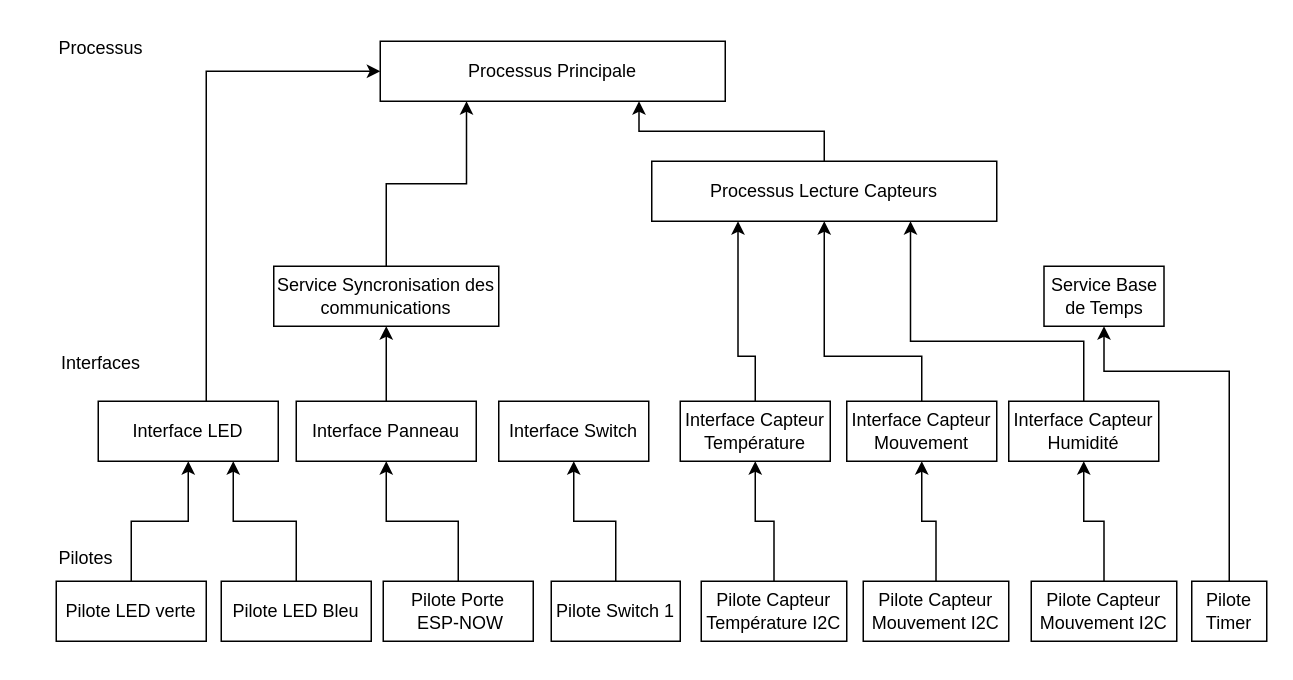
This is Capteurs/Architecture/ArchitectureLogiciel Capteurs.drawio from CamFo/SecurityDoor, a draw.io file, before an edit. Source tidied: cells renumbered, new cells numbered last; positions are measured from the earlier drawing's top-left corner, leaving out a move shared by most shapes. Both pictures are drawn from the tidied source at 150%, with x=0, y=0 at pixel (40, 26).
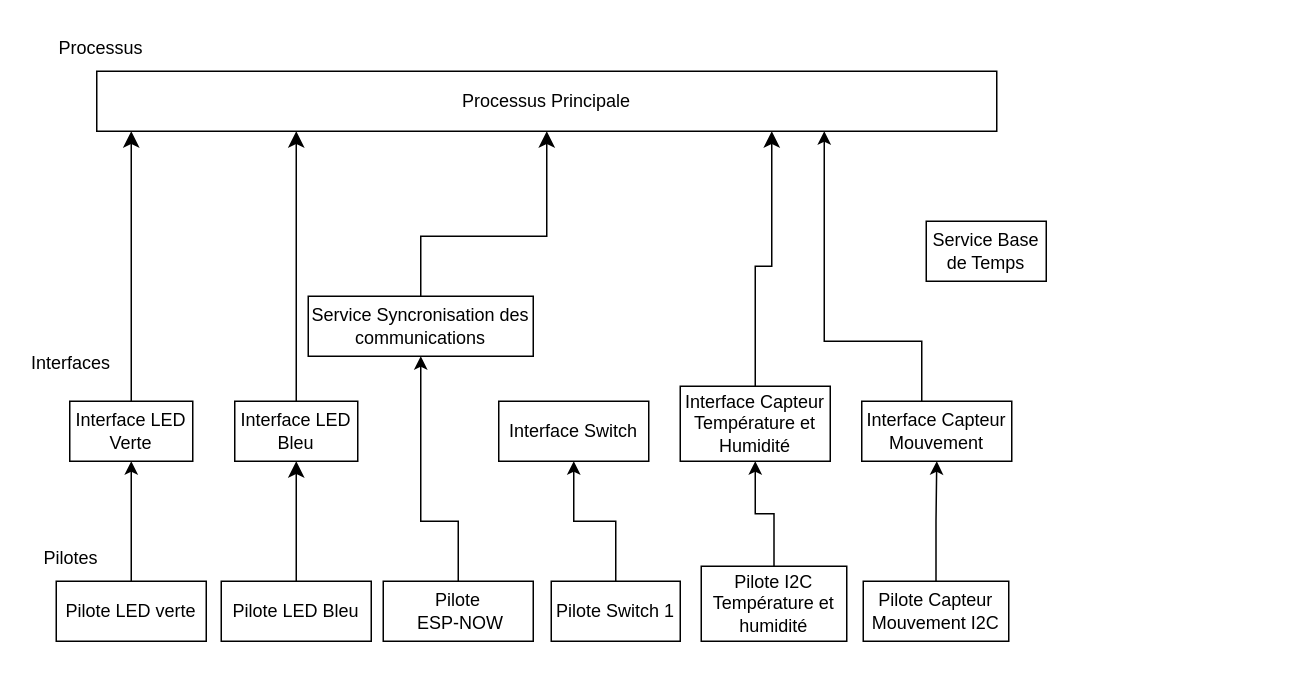
The same diagram, later.

Commit message (it also covers changes not shown here):
Architecture Logiciel Cpateur et Panneau

The change refers to these unchanged cells:
```xml
<mxCell id="3" value="Pilote LED Bleu" style="rounded=0;whiteSpace=wrap;html=1;" parent="1" vertex="1">
  <mxGeometry x="120" y="370" width="100" height="40" as="geometry" />
</mxCell>
```

What changed in the source:
```diff
@@
-    <mxCell id="2" style="edgeStyle=orthogonalEdgeStyle;rounded=0;jettySize=auto;html=1;entryX=0.75;entryY=1;entryDx=0;entryDy=0;" parent="1" edge="1" source="3" target="11">
-      <mxGeometry relative="1" as="geometry" />
-    </mxCell>
+    <mxCell id="39" style="edgeStyle=none;curved=1;rounded=0;jettySize=auto;html=1;fontSize=12;startSize=8;endSize=8;" parent="1" edge="1" source="3" target="43">
+      <mxGeometry relative="1" as="geometry" />
+    </mxCell>
@@
-    <mxCell id="4" style="edgeStyle=orthogonalEdgeStyle;rounded=0;jettySize=auto;html=1;entryX=0.5;entryY=1;entryDx=0;entryDy=0;" parent="1" edge="1" source="5" target="13">
-      <mxGeometry relative="1" as="geometry" />
+    <mxCell id="4" style="edgeStyle=orthogonalEdgeStyle;rounded=0;jettySize=auto;html=1;entryX=0.5;entryY=1;entryDx=0;entryDy=0;" parent="1" edge="1" source="5" target="18">
+      <mxGeometry relative="1" as="geometry">
+        <Array as="points">
+          <mxPoint x="278" y="330" />
+          <mxPoint x="253" y="330" />
+        </Array>
+      </mxGeometry>
     </mxCell>
-    <mxCell id="5" value="Pilote Porte&lt;br&gt;&amp;nbsp;ESP-NOW" style="rounded=0;whiteSpace=wrap;html=1;" parent="1" vertex="1">
+    <mxCell id="5" value="Pilote&lt;br&gt;&amp;nbsp;ESP-NOW" style="rounded=0;whiteSpace=wrap;html=1;" parent="1" vertex="1">
       <mxGeometry x="228" y="370" width="100" height="40" as="geometry" />
     </mxCell>
@@
     <mxCell id="8" value="Pilotes" style="text;html=1;strokeColor=none;fillColor=none;align=center;verticalAlign=middle;whiteSpace=wrap;rounded=0;" parent="1" vertex="1">
-      <mxGeometry y="340" width="60" height="30" as="geometry" />
+      <mxGeometry x="-10" y="340" width="60" height="30" as="geometry" />
     </mxCell>
     <mxCell id="9" value="Interfaces" style="text;html=1;strokeColor=none;fillColor=none;align=center;verticalAlign=middle;whiteSpace=wrap;rounded=0;" parent="1" vertex="1">
-      <mxGeometry x="10" y="210" width="60" height="30" as="geometry" />
+      <mxGeometry x="-10" y="210" width="60" height="30" as="geometry" />
     </mxCell>
-    <mxCell id="10" style="edgeStyle=orthogonalEdgeStyle;rounded=0;jettySize=auto;html=1;entryX=0;entryY=0.5;entryDx=0;entryDy=0;" parent="1" edge="1" source="11" target="16">
-      <mxGeometry relative="1" as="geometry">
-        <Array as="points">
-          <mxPoint x="110" y="30" />
-        </Array>
-      </mxGeometry>
-    </mxCell>
+    <mxCell id="40" style="edgeStyle=none;curved=1;rounded=0;jettySize=auto;html=1;fontSize=12;startSize=8;endSize=8;" parent="1" edge="1" source="11">
+      <mxGeometry relative="1" as="geometry">
+        <mxPoint x="60" y="70" as="targetPoint" />
+      </mxGeometry>
+    </mxCell>
-    <mxCell id="11" value="Interface LED" style="rounded=0;whiteSpace=wrap;html=1;" parent="1" vertex="1">
-      <mxGeometry x="38" y="250" width="120" height="40" as="geometry" />
+    <mxCell id="11" value="&lt;div&gt;Interface LED Verte&lt;/div&gt;" style="rounded=0;whiteSpace=wrap;html=1;" parent="1" vertex="1">
+      <mxGeometry x="19" y="250" width="82" height="40" as="geometry" />
     </mxCell>
-    <mxCell id="12" style="edgeStyle=orthogonalEdgeStyle;rounded=0;jettySize=auto;html=1;entryX=0.5;entryY=1;entryDx=0;entryDy=0;" parent="1" edge="1" source="13" target="18">
-      <mxGeometry relative="1" as="geometry" />
-    </mxCell>
-    <mxCell id="13" value="Interface Panneau" style="rounded=0;whiteSpace=wrap;html=1;" parent="1" vertex="1">
-      <mxGeometry x="170" y="250" width="120" height="40" as="geometry" />
-    </mxCell>
@@
     <mxCell id="16" value="Processus Principale" style="rounded=0;whiteSpace=wrap;html=1;" parent="1" vertex="1">
-      <mxGeometry x="226" y="10" width="230" height="40" as="geometry" />
+      <mxGeometry x="37" y="30" width="600" height="40" as="geometry" />
     </mxCell>
-    <mxCell id="17" style="edgeStyle=orthogonalEdgeStyle;rounded=0;jettySize=auto;html=1;entryX=0.25;entryY=1;entryDx=0;entryDy=0;" parent="1" edge="1" source="18" target="16">
-      <mxGeometry relative="1" as="geometry" />
+    <mxCell id="17" style="edgeStyle=none;curved=0;rounded=0;jettySize=auto;html=1;fontSize=12;startSize=8;endSize=8;entryX=0.5;entryY=1;entryDx=0;entryDy=0;" parent="1" edge="1" source="18" target="16">
+      <mxGeometry relative="1" as="geometry">
+        <Array as="points">
+          <mxPoint x="253" y="140" />
+          <mxPoint x="337" y="140" />
+        </Array>
+      </mxGeometry>
     </mxCell>
     <mxCell id="18" value="Service Syncronisation des communications" style="rounded=0;whiteSpace=wrap;html=1;" parent="1" vertex="1">
-      <mxGeometry x="155" y="160" width="150" height="40" as="geometry" />
+      <mxGeometry x="178" y="180" width="150" height="40" as="geometry" />
     </mxCell>
@@
     <mxCell id="21" value="Service Base de Temps" style="rounded=0;whiteSpace=wrap;html=1;" parent="1" vertex="1">
-      <mxGeometry x="668.5" y="160" width="80" height="40" as="geometry" />
+      <mxGeometry x="590" y="130" width="80" height="40" as="geometry" />
     </mxCell>
-    <mxCell id="22" style="edgeStyle=orthogonalEdgeStyle;rounded=0;jettySize=auto;html=1;entryX=0.5;entryY=1;entryDx=0;entryDy=0;" parent="1" edge="1" source="23" target="21">
-      <mxGeometry relative="1" as="geometry">
-        <Array as="points">
-          <mxPoint x="792" y="230" />
-          <mxPoint x="709" y="230" />
-          <mxPoint x="709" y="200" />
-        </Array>
-      </mxGeometry>
-    </mxCell>
-    <mxCell id="23" value="Pilote Timer" style="rounded=0;whiteSpace=wrap;html=1;" parent="1" vertex="1">
-      <mxGeometry x="767" y="370" width="50" height="40" as="geometry" />
-    </mxCell>
@@
-    <mxCell id="27" value="Pilote Capteur Température I2C" style="rounded=0;whiteSpace=wrap;html=1;" parent="1" vertex="1">
-      <mxGeometry x="440" y="370" width="97" height="40" as="geometry" />
+    <mxCell id="27" value="Pilote I2C Température et humidité " style="rounded=0;whiteSpace=wrap;html=1;" parent="1" vertex="1">
+      <mxGeometry x="440" y="360" width="97" height="50" as="geometry" />
     </mxCell>
-    <mxCell id="28" style="edgeStyle=orthogonalEdgeStyle;rounded=0;jettySize=auto;html=1;entryX=0.25;entryY=1;entryDx=0;entryDy=0;" parent="1" edge="1" source="29" target="38">
-      <mxGeometry relative="1" as="geometry">
-        <Array as="points">
-          <mxPoint x="476" y="220" />
-          <mxPoint x="465" y="220" />
-        </Array>
-      </mxGeometry>
-    </mxCell>
+    <mxCell id="41" style="edgeStyle=none;curved=0;rounded=0;jettySize=auto;html=1;fontSize=12;startSize=8;endSize=8;entryX=0.75;entryY=1;entryDx=0;entryDy=0;" parent="1" edge="1" source="29" target="16">
+      <mxGeometry relative="1" as="geometry">
+        <Array as="points">
+          <mxPoint x="476" y="160" />
+          <mxPoint x="487" y="160" />
+        </Array>
+      </mxGeometry>
+    </mxCell>
-    <mxCell id="29" value="Interface Capteur Température" style="rounded=0;whiteSpace=wrap;html=1;" parent="1" vertex="1">
-      <mxGeometry x="426" y="250" width="100" height="40" as="geometry" />
+    <mxCell id="29" value="Interface Capteur Température et Humidité" style="rounded=0;whiteSpace=wrap;html=1;" parent="1" vertex="1">
+      <mxGeometry x="426" y="240" width="100" height="50" as="geometry" />
     </mxCell>
-    <mxCell id="30" style="edgeStyle=orthogonalEdgeStyle;rounded=0;jettySize=auto;html=1;entryX=0.5;entryY=1;entryDx=0;entryDy=0;" parent="1" edge="1" source="31" target="38">
+    <mxCell id="30" style="edgeStyle=orthogonalEdgeStyle;rounded=0;jettySize=auto;html=1;" parent="1" edge="1" source="31" target="16">
       <mxGeometry relative="1" as="geometry">
         <Array as="points">
-          <mxPoint x="587" y="220" />
-          <mxPoint x="522" y="220" />
+          <mxPoint x="587" y="210" />
+          <mxPoint x="522" y="210" />
         </Array>
       </mxGeometry>
     </mxCell>
     <mxCell id="31" value="Interface Capteur Mouvement" style="rounded=0;whiteSpace=wrap;html=1;" parent="1" vertex="1">
-      <mxGeometry x="537" y="250" width="100" height="40" as="geometry" />
+      <mxGeometry x="547" y="250" width="100" height="40" as="geometry" />
     </mxCell>
-    <mxCell id="32" style="edgeStyle=orthogonalEdgeStyle;rounded=0;orthogonalLoop=1;jettySize=auto;html=1;exitX=0.5;exitY=1;exitDx=0;exitDy=0;" parent="1" edge="1" source="23" target="23">
-      <mxGeometry relative="1" as="geometry" />
-    </mxCell>
-    <mxCell id="33" style="edgeStyle=orthogonalEdgeStyle;rounded=0;jettySize=auto;html=1;entryX=0.75;entryY=1;entryDx=0;entryDy=0;" parent="1" edge="1" source="34" target="38">
-      <mxGeometry relative="1" as="geometry">
-        <Array as="points">
-          <mxPoint x="695" y="210" />
-          <mxPoint x="580" y="210" />
-        </Array>
-      </mxGeometry>
-    </mxCell>
-    <mxCell id="34" value="Interface Capteur Humidité" style="rounded=0;whiteSpace=wrap;html=1;" parent="1" vertex="1">
-      <mxGeometry x="645" y="250" width="100" height="40" as="geometry" />
-    </mxCell>
-    <mxCell id="35" style="edgeStyle=orthogonalEdgeStyle;rounded=0;jettySize=auto;html=1;" parent="1" edge="1" source="36" target="34">
-      <mxGeometry relative="1" as="geometry" />
-    </mxCell>
-    <mxCell id="36" value="Pilote Capteur Mouvement I2C" style="rounded=0;whiteSpace=wrap;html=1;" parent="1" vertex="1">
-      <mxGeometry x="660" y="370" width="97" height="40" as="geometry" />
-    </mxCell>
-    <mxCell id="37" style="edgeStyle=orthogonalEdgeStyle;rounded=0;jettySize=auto;html=1;entryX=0.75;entryY=1;entryDx=0;entryDy=0;" parent="1" edge="1" source="38" target="16">
-      <mxGeometry relative="1" as="geometry" />
-    </mxCell>
-    <mxCell id="38" value="Processus Lecture Capteurs" style="rounded=0;whiteSpace=wrap;html=1;" parent="1" vertex="1">
-      <mxGeometry x="407" y="90" width="230" height="40" as="geometry" />
-    </mxCell>
+    <mxCell id="42" style="edgeStyle=none;curved=1;rounded=0;jettySize=auto;html=1;fontSize=12;startSize=8;endSize=8;" parent="1" edge="1" source="43">
+      <mxGeometry relative="1" as="geometry">
+        <mxPoint x="170" y="70" as="targetPoint" />
+      </mxGeometry>
+    </mxCell>
+    <mxCell id="43" value="&lt;div&gt;Interface LED Bleu&lt;/div&gt;" style="rounded=0;whiteSpace=wrap;html=1;" parent="1" vertex="1">
+      <mxGeometry x="129" y="250" width="82" height="40" as="geometry" />
+    </mxCell>
```
